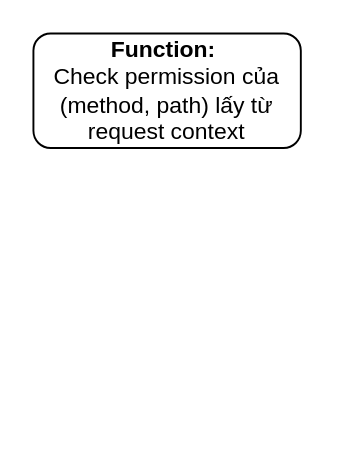
The draw.io diagram page "luong check permission" (2 of 3) of SMG_phan_quyen_BE.drawio in hiep1097/drawio, before the edit. Source tidied: cells renumbered, new cells numbered last; positions are measured from the earlier drawing's top-left corner, leaving out a move shared by most shapes. Both pictures are drawn from the tidied source at 191%, with x=0, y=0 at pixel (32, 32).
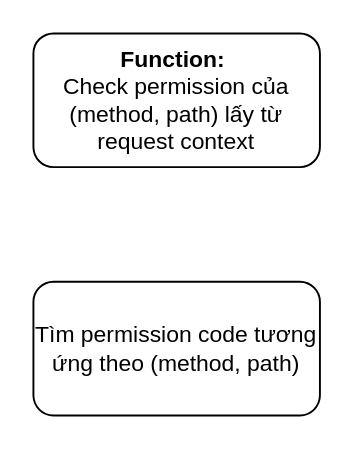
After the change.

The edit, as a diff of the source:
```diff
@@
 <mxGraphModel>
   <root>
     <mxCell id="0" />
     <mxCell id="1" parent="0" />
     <mxCell id="2" value="&lt;b&gt;Function:&amp;nbsp;&lt;/b&gt;&lt;div&gt;Check permission của (method, path) lấy từ request context&lt;/div&gt;" style="rounded=1;whiteSpace=wrap;html=1;" parent="1" vertex="1">
-      <mxGeometry width="140" height="60" as="geometry" />
+      <mxGeometry width="150" height="70" as="geometry" />
     </mxCell>
+    <mxCell id="3" value="Tìm permission code tương ứng theo (method, path)" style="rounded=1;whiteSpace=wrap;html=1;" parent="1" vertex="1">
+      <mxGeometry y="130" width="150" height="70" as="geometry" />
+    </mxCell>
   </root>
 </mxGraphModel>
```
